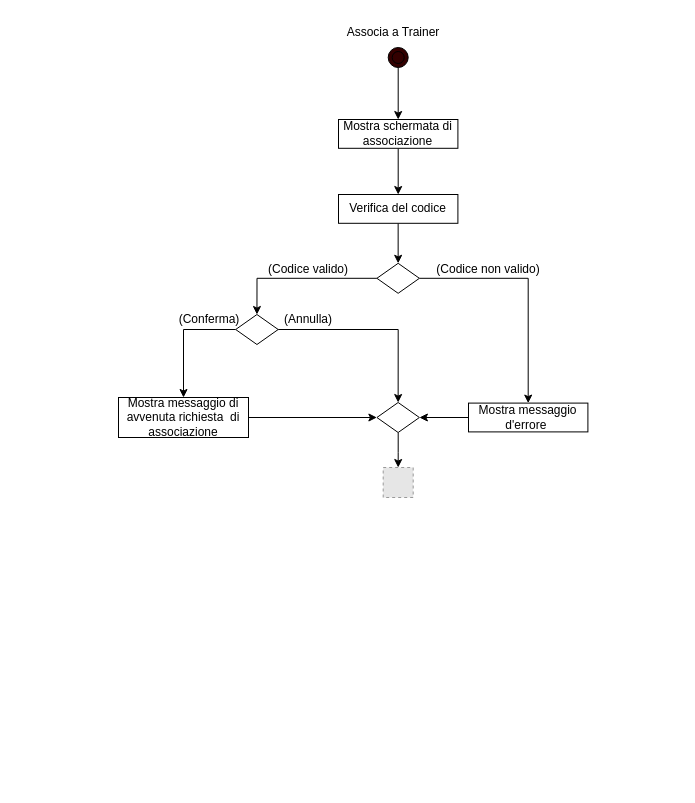
Earlier version of the draw.io diagram AssociaTrainer.drawio (FedericoSib/FitPlan). Source tidied: cells renumbered, new cells numbered last; positions are measured from the earlier drawing's top-left corner, leaving out a move shared by most shapes. Both pictures are drawn from the tidied source at 100%, with x=0, y=0 at pixel (118, 17). Pictures stored in the file or linked from it are replaced by grey dashed boxes.
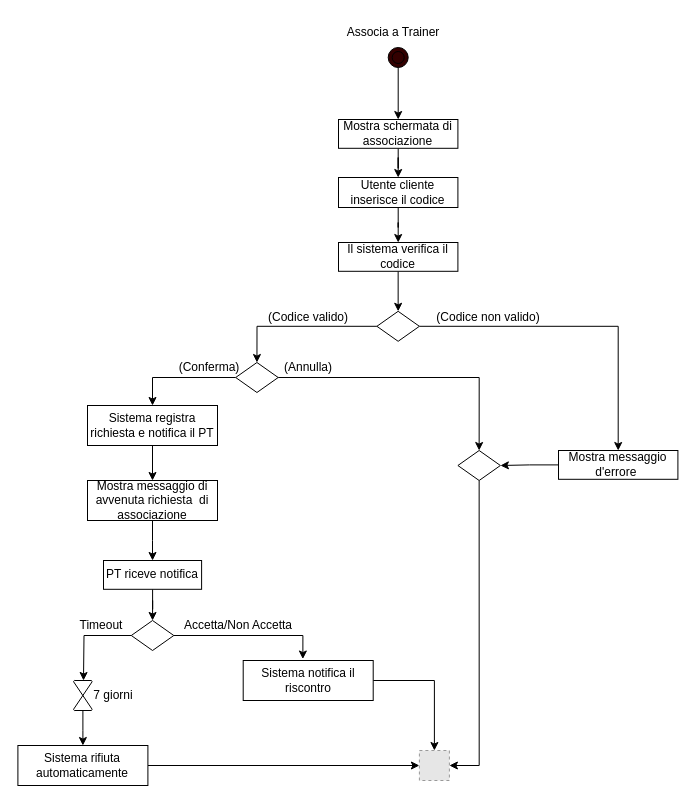
After the change.

Unchanged cells that the change refers to:
```xml
<mxCell id="17" value="Mostra schermata di associazione" style="rounded=0;whiteSpace=wrap;html=1;" parent="1" vertex="1">
  <mxGeometry x="220" y="102" width="119.4" height="28.8" as="geometry" />
</mxCell>
```

Change to the diagram source:
```diff
@@
-    <mxCell id="3" value="Verifica del codice" style="rounded=0;whiteSpace=wrap;html=1;" parent="1" vertex="1">
-      <mxGeometry x="220" y="177" width="119.4" height="28.8" as="geometry" />
+    <mxCell id="3" value="Il sistema verifica il codice" style="rounded=0;whiteSpace=wrap;html=1;" parent="1" vertex="1">
+      <mxGeometry x="220" y="225" width="119.4" height="28.8" as="geometry" />
     </mxCell>
@@
     <mxCell id="6" style="rhombus;whiteSpace=wrap;html=1;" parent="1" vertex="1">
-      <mxGeometry x="258.4" y="245.8" width="42.5" height="30" as="geometry" />
+      <mxGeometry x="258.4" y="293.8" width="42.5" height="30" as="geometry" />
     </mxCell>
     <mxCell id="7" value="(Codice valido)" style="text;html=1;whiteSpace=wrap;strokeColor=none;fillColor=none;align=center;verticalAlign=middle;rounded=0;" parent="1" vertex="1">
-      <mxGeometry x="140" y="237" width="100" height="30" as="geometry" />
+      <mxGeometry x="140" y="285" width="100" height="30" as="geometry" />
     </mxCell>
     <mxCell id="8" value="(Codice non valido)" style="text;html=1;whiteSpace=wrap;strokeColor=none;fillColor=none;align=center;verticalAlign=middle;rounded=0;" parent="1" vertex="1">
-      <mxGeometry x="310" y="237" width="120" height="30" as="geometry" />
+      <mxGeometry x="310" y="285" width="120" height="30" as="geometry" />
     </mxCell>
@@
     <mxCell id="10" value="Mostra messaggio d'errore&amp;nbsp;" style="rounded=0;whiteSpace=wrap;html=1;" parent="1" vertex="1">
-      <mxGeometry x="350" y="385.6" width="119.4" height="28.8" as="geometry" />
+      <mxGeometry x="440" y="433" width="119.4" height="28.8" as="geometry" />
     </mxCell>
-    <mxCell id="11" style="edgeStyle=orthogonalEdgeStyle;rounded=0;jettySize=auto;html=1;exitX=0;exitY=0.5;exitDx=0;exitDy=0;entryX=0.5;entryY=0;entryDx=0;entryDy=0;" parent="1" edge="1" source="13" target="24">
+    <mxCell id="11" style="edgeStyle=orthogonalEdgeStyle;rounded=0;jettySize=auto;html=1;exitX=0;exitY=0.5;exitDx=0;exitDy=0;entryX=0.5;entryY=0;entryDx=0;entryDy=0;" parent="1" edge="1" source="13" target="29">
       <mxGeometry relative="1" as="geometry" />
     </mxCell>
@@
     <mxCell id="13" style="rhombus;whiteSpace=wrap;html=1;" parent="1" vertex="1">
-      <mxGeometry x="117.2" y="297" width="42.5" height="30" as="geometry" />
+      <mxGeometry x="117.2" y="345" width="42.5" height="30" as="geometry" />
     </mxCell>
     <mxCell id="14" value="(Annulla)" style="text;html=1;whiteSpace=wrap;strokeColor=none;fillColor=none;align=center;verticalAlign=middle;rounded=0;" parent="1" vertex="1">
-      <mxGeometry x="159.7" y="287" width="60" height="30" as="geometry" />
+      <mxGeometry x="159.7" y="335" width="60" height="30" as="geometry" />
     </mxCell>
     <mxCell id="15" value="(Conferma)" style="text;html=1;whiteSpace=wrap;strokeColor=none;fillColor=none;align=center;verticalAlign=middle;rounded=0;" parent="1" vertex="1">
-      <mxGeometry x="61.3" y="287" width="60" height="30" as="geometry" />
+      <mxGeometry x="61.3" y="335" width="60" height="30" as="geometry" />
     </mxCell>
-    <mxCell id="16" style="edgeStyle=orthogonalEdgeStyle;rounded=0;jettySize=auto;html=1;entryX=0.5;entryY=0;entryDx=0;entryDy=0;" parent="1" edge="1" source="17" target="3">
+    <mxCell id="16" style="edgeStyle=orthogonalEdgeStyle;rounded=0;jettySize=auto;html=1;entryX=0.5;entryY=0;entryDx=0;entryDy=0;" parent="1" edge="1" source="17" target="44">
       <mxGeometry relative="1" as="geometry" />
     </mxCell>
@@
-    <mxCell id="21" style="edgeStyle=orthogonalEdgeStyle;rounded=0;jettySize=auto;html=1;" parent="1" edge="1" source="22" target="25">
+    <mxCell id="21" style="edgeStyle=orthogonalEdgeStyle;rounded=0;jettySize=auto;html=1;entryX=1;entryY=0.5;entryDx=0;entryDy=0;exitX=0.5;exitY=1;exitDx=0;exitDy=0;" parent="1" edge="1" source="22" target="25">
       <mxGeometry relative="1" as="geometry" />
     </mxCell>
     <mxCell id="22" style="rhombus;whiteSpace=wrap;html=1;" parent="1" vertex="1">
-      <mxGeometry x="258.4" y="385" width="42.5" height="30" as="geometry" />
+      <mxGeometry x="339.4" y="433" width="42.5" height="30" as="geometry" />
     </mxCell>
-    <mxCell id="23" style="edgeStyle=orthogonalEdgeStyle;rounded=0;jettySize=auto;html=1;entryX=0;entryY=0.5;entryDx=0;entryDy=0;" parent="1" edge="1" source="24" target="22">
-      <mxGeometry relative="1" as="geometry" />
-    </mxCell>
     <mxCell id="24" value="Mostra messaggio di avvenuta richiesta&amp;nbsp; di associazione" style="rounded=0;whiteSpace=wrap;html=1;" parent="1" vertex="1">
-      <mxGeometry y="380" width="130" height="40" as="geometry" />
+      <mxGeometry x="-31" y="463" width="130" height="40" as="geometry" />
     </mxCell>
     <mxCell id="25" style="fillColor=#E6E6E6;strokeColor=#999999;dashed=1;html=1;verticalAlign=top;verticalLabelPosition=bottom;labelBackgroundColor=#ffffff;" parent="1" vertex="1">
-      <mxGeometry x="264.7" y="450" width="30" height="30" as="geometry" />
+      <mxGeometry x="300.9" y="733" width="30" height="30" as="geometry" />
     </mxCell>
+    <mxCell id="26" style="edgeStyle=orthogonalEdgeStyle;rounded=0;jettySize=auto;html=1;entryX=0.5;entryY=0;entryDx=0;entryDy=0;" parent="1" edge="1" source="27" target="42">
+      <mxGeometry relative="1" as="geometry" />
+    </mxCell>
+    <mxCell id="27" style="verticalLabelPosition=bottom;verticalAlign=top;html=1;shape=mxgraph.flowchart.collate;" parent="1" vertex="1">
+      <mxGeometry x="-45" y="663" width="18.7" height="30" as="geometry" />
+    </mxCell>
+    <mxCell id="28" style="edgeStyle=orthogonalEdgeStyle;rounded=0;jettySize=auto;html=1;exitX=0.5;exitY=1;exitDx=0;exitDy=0;entryX=0.5;entryY=0;entryDx=0;entryDy=0;" parent="1" edge="1" source="29" target="24">
+      <mxGeometry relative="1" as="geometry" />
+    </mxCell>
+    <mxCell id="29" value="Sistema registra richiesta e notifica il PT" style="rounded=0;whiteSpace=wrap;html=1;" parent="1" vertex="1">
+      <mxGeometry x="-31" y="388" width="130" height="40" as="geometry" />
+    </mxCell>
+    <mxCell id="30" style="edgeStyle=orthogonalEdgeStyle;rounded=0;jettySize=auto;html=1;exitX=0.5;exitY=1;exitDx=0;exitDy=0;entryX=0.5;entryY=0;entryDx=0;entryDy=0;" parent="1" edge="1" source="24" target="32">
+      <mxGeometry relative="1" as="geometry" />
+    </mxCell>
+    <mxCell id="31" style="edgeStyle=orthogonalEdgeStyle;rounded=0;jettySize=auto;html=1;entryX=0.5;entryY=0;entryDx=0;entryDy=0;" parent="1" edge="1" source="32" target="35">
+      <mxGeometry relative="1" as="geometry" />
+    </mxCell>
+    <mxCell id="32" value="PT riceve notifica" style="rounded=0;whiteSpace=wrap;html=1;" parent="1" vertex="1">
+      <mxGeometry x="-15" y="543" width="98.1" height="28.8" as="geometry" />
+    </mxCell>
+    <mxCell id="33" style="edgeStyle=orthogonalEdgeStyle;rounded=0;jettySize=auto;html=1;entryX=0.459;entryY=-0.037;entryDx=0;entryDy=0;entryPerimeter=0;" parent="1" edge="1" source="35" target="40">
+      <mxGeometry relative="1" as="geometry" />
+    </mxCell>
+    <mxCell id="34" style="edgeStyle=orthogonalEdgeStyle;rounded=0;jettySize=auto;html=1;" parent="1" edge="1" source="35">
+      <mxGeometry relative="1" as="geometry">
+        <mxPoint x="-35" y="663" as="targetPoint" />
+      </mxGeometry>
+    </mxCell>
+    <mxCell id="35" style="rhombus;whiteSpace=wrap;html=1;" parent="1" vertex="1">
+      <mxGeometry x="12.8" y="603" width="42.5" height="30" as="geometry" />
+    </mxCell>
+    <mxCell id="36" value="Timeout" style="text;html=1;whiteSpace=wrap;strokeColor=none;fillColor=none;align=center;verticalAlign=middle;rounded=0;" parent="1" vertex="1">
+      <mxGeometry x="-47.2" y="593" width="60" height="30" as="geometry" />
+    </mxCell>
+    <mxCell id="37" value="Accetta/Non Accetta" style="text;html=1;whiteSpace=wrap;strokeColor=none;fillColor=none;align=center;verticalAlign=middle;rounded=0;" parent="1" vertex="1">
+      <mxGeometry x="55.3" y="593" width="130.3" height="30" as="geometry" />
+    </mxCell>
+    <mxCell id="38" value="7 giorni" style="text;html=1;whiteSpace=wrap;strokeColor=none;fillColor=none;align=center;verticalAlign=middle;rounded=0;" parent="1" vertex="1">
+      <mxGeometry x="-35" y="663" width="60" height="30" as="geometry" />
+    </mxCell>
+    <mxCell id="39" style="edgeStyle=orthogonalEdgeStyle;rounded=0;jettySize=auto;html=1;entryX=0.5;entryY=0;entryDx=0;entryDy=0;" parent="1" edge="1" source="40" target="25">
+      <mxGeometry relative="1" as="geometry" />
+    </mxCell>
+    <mxCell id="40" value="Sistema notifica il riscontro" style="rounded=0;whiteSpace=wrap;html=1;" parent="1" vertex="1">
+      <mxGeometry x="124.7" y="643" width="130" height="40" as="geometry" />
+    </mxCell>
+    <mxCell id="41" style="edgeStyle=orthogonalEdgeStyle;rounded=0;jettySize=auto;html=1;exitX=1;exitY=0.5;exitDx=0;exitDy=0;entryX=0;entryY=0.5;entryDx=0;entryDy=0;" parent="1" edge="1" source="42" target="25">
+      <mxGeometry relative="1" as="geometry" />
+    </mxCell>
+    <mxCell id="42" value="Sistema rifiuta automaticamente" style="rounded=0;whiteSpace=wrap;html=1;" parent="1" vertex="1">
+      <mxGeometry x="-100.6" y="728" width="130" height="40" as="geometry" />
+    </mxCell>
+    <mxCell id="43" style="edgeStyle=orthogonalEdgeStyle;rounded=0;jettySize=auto;html=1;entryX=0.5;entryY=0;entryDx=0;entryDy=0;" parent="1" edge="1" source="44" target="3">
+      <mxGeometry relative="1" as="geometry" />
+    </mxCell>
+    <mxCell id="44" value="Utente cliente inserisce il codice" style="rounded=0;whiteSpace=wrap;html=1;" parent="1" vertex="1">
+      <mxGeometry x="220" y="160" width="119.4" height="30" as="geometry" />
+    </mxCell>
```
